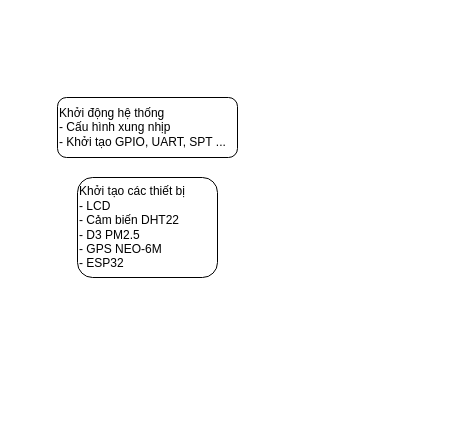
buithan04-uit/IOT_WireLess keeps this draw.io diagram as Biểu đồ không có tiêu đề.drawio. Above is the earlier version. Source tidied: cells renumbered, new cells numbered last; positions are measured from the earlier drawing's top-left corner, leaving out a move shared by most shapes. Both pictures are drawn from the tidied source at 100%, with x=0, y=0 at pixel (57, 97).
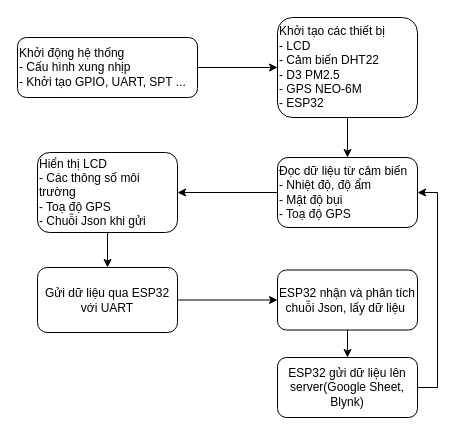
After the change.

What changed in the source:
```diff
@@
 <mxGraphModel>
   <root>
     <mxCell id="0" />
     <mxCell id="1" parent="0" />
     <mxCell id="2" value="Khởi động hệ thống&lt;div&gt;- Cấu hình xung nhịp&lt;/div&gt;&lt;div&gt;&lt;span style=&quot;background-color: transparent; color: light-dark(rgb(0, 0, 0), rgb(255, 255, 255));&quot;&gt;- Khởi tạo GPIO, UART, SPT ...&lt;/span&gt;&lt;/div&gt;" style="rounded=1;whiteSpace=wrap;html=1;align=left;" parent="1" vertex="1">
-      <mxGeometry width="180" height="60" as="geometry" />
+      <mxGeometry x="-40" y="-60" width="180" height="60" as="geometry" />
     </mxCell>
+    <mxCell id="4" style="edgeStyle=orthogonalEdgeStyle;rounded=0;jettySize=auto;html=1;exitX=0.5;exitY=1;exitDx=0;exitDy=0;entryX=0.5;entryY=0;entryDx=0;entryDy=0;" parent="1" edge="1" source="3" target="6">
+      <mxGeometry relative="1" as="geometry" />
+    </mxCell>
     <mxCell id="3" value="Khởi tạo các thiết bị&lt;div&gt;- LCD&lt;/div&gt;&lt;div&gt;- Cảm biến DHT22&lt;/div&gt;&lt;div&gt;- D3 PM2.5&lt;/div&gt;&lt;div&gt;- GPS NEO-6M&lt;/div&gt;&lt;div&gt;- ESP32&lt;/div&gt;" style="rounded=1;whiteSpace=wrap;html=1;align=left;" parent="1" vertex="1">
-      <mxGeometry x="20" y="80" width="140" height="100" as="geometry" />
+      <mxGeometry x="220" y="-80" width="140" height="100" as="geometry" />
     </mxCell>
+    <mxCell id="5" style="edgeStyle=orthogonalEdgeStyle;rounded=0;jettySize=auto;html=1;exitX=0;exitY=0.5;exitDx=0;exitDy=0;entryX=1;entryY=0.5;entryDx=0;entryDy=0;" parent="1" edge="1" source="6" target="8">
+      <mxGeometry relative="1" as="geometry" />
+    </mxCell>
+    <mxCell id="6" value="Đọc dữ liệu từ cảm biến&lt;div&gt;- Nhiệt độ, độ ẩm&lt;/div&gt;&lt;div&gt;- Mật độ bụi&lt;/div&gt;&lt;div&gt;- Toạ độ GPS&lt;/div&gt;" style="rounded=1;whiteSpace=wrap;html=1;align=left;" parent="1" vertex="1">
+      <mxGeometry x="220" y="60" width="140" height="70" as="geometry" />
+    </mxCell>
+    <mxCell id="7" style="edgeStyle=orthogonalEdgeStyle;rounded=0;jettySize=auto;html=1;exitX=0.5;exitY=1;exitDx=0;exitDy=0;entryX=0.5;entryY=0;entryDx=0;entryDy=0;" parent="1" edge="1" source="8" target="10">
+      <mxGeometry relative="1" as="geometry" />
+    </mxCell>
+    <mxCell id="8" value="Hiển thị LCD&lt;div&gt;- Các thông số môi trường&lt;/div&gt;&lt;div&gt;- Toạ độ GPS&lt;/div&gt;&lt;div&gt;- Chuỗi Json khi gửi&lt;/div&gt;" style="rounded=1;whiteSpace=wrap;html=1;align=left;" parent="1" vertex="1">
+      <mxGeometry x="-20" y="55" width="140" height="80" as="geometry" />
+    </mxCell>
+    <mxCell id="9" style="edgeStyle=orthogonalEdgeStyle;rounded=0;jettySize=auto;html=1;exitX=1;exitY=0.5;exitDx=0;exitDy=0;entryX=0;entryY=0.5;entryDx=0;entryDy=0;" parent="1" edge="1" source="10" target="12">
+      <mxGeometry relative="1" as="geometry" />
+    </mxCell>
+    <mxCell id="10" value="Gửi dữ liệu qua ESP32 với UART" style="rounded=1;whiteSpace=wrap;html=1;" parent="1" vertex="1">
+      <mxGeometry x="-20" y="170" width="140" height="65" as="geometry" />
+    </mxCell>
+    <mxCell id="11" style="edgeStyle=orthogonalEdgeStyle;rounded=0;jettySize=auto;html=1;exitX=0.5;exitY=1;exitDx=0;exitDy=0;entryX=0.5;entryY=0;entryDx=0;entryDy=0;" parent="1" edge="1" source="12" target="14">
+      <mxGeometry relative="1" as="geometry" />
+    </mxCell>
+    <mxCell id="12" value="ESP32 nhận và phân tích chuỗi Json, lấy dữ liệu&amp;nbsp;" style="rounded=1;whiteSpace=wrap;html=1;" parent="1" vertex="1">
+      <mxGeometry x="220" y="172.5" width="140" height="60" as="geometry" />
+    </mxCell>
+    <mxCell id="13" style="edgeStyle=orthogonalEdgeStyle;rounded=0;jettySize=auto;html=1;exitX=1;exitY=0.5;exitDx=0;exitDy=0;entryX=1;entryY=0.5;entryDx=0;entryDy=0;" parent="1" edge="1" source="14" target="6">
+      <mxGeometry relative="1" as="geometry" />
+    </mxCell>
+    <mxCell id="14" value="ESP32 gửi dữ liệu lên server(Google Sheet, Blynk)" style="rounded=1;whiteSpace=wrap;html=1;" parent="1" vertex="1">
+      <mxGeometry x="220" y="260" width="140" height="60" as="geometry" />
+    </mxCell>
+    <mxCell id="15" style="endArrow=classic;html=1;rounded=0;exitX=1;exitY=0.5;exitDx=0;exitDy=0;entryX=0;entryY=0.5;entryDx=0;entryDy=0;" parent="1" edge="1" source="2" target="3">
+      <mxGeometry relative="1" as="geometry" />
+    </mxCell>
   </root>
 </mxGraphModel>
```
